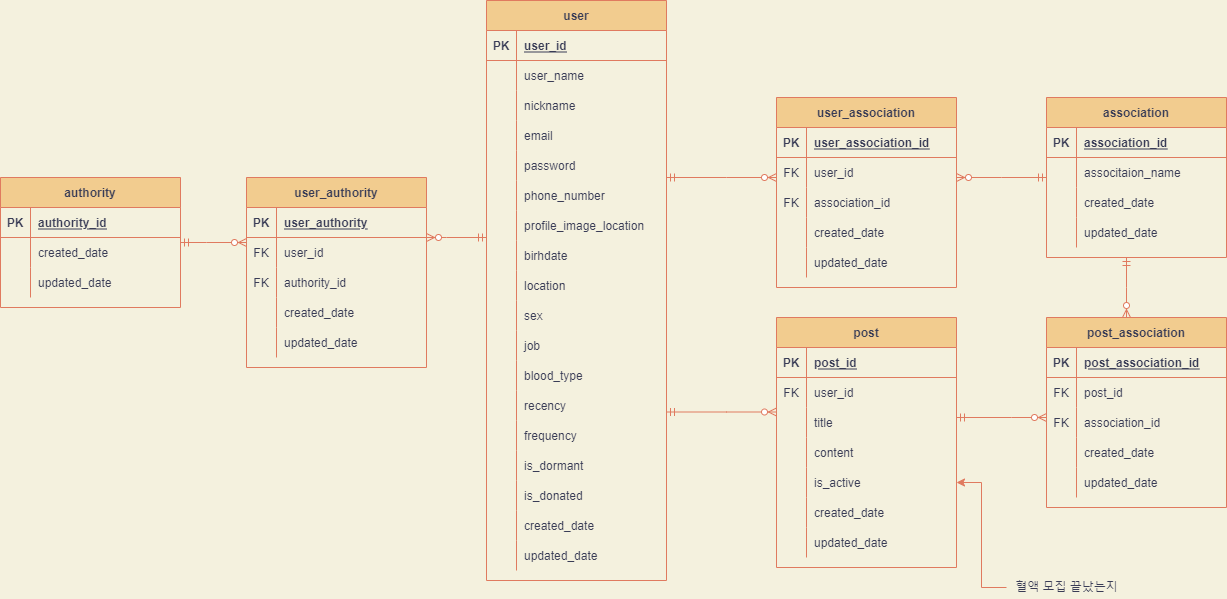
Earlier version of the draw.io export Untitled Diagram.drawio.png (CYC0227/lab). Source tidied: cells renumbered, new cells last; positions are measured from the earlier drawing's top-left corner, leaving out a move shared by most shapes.
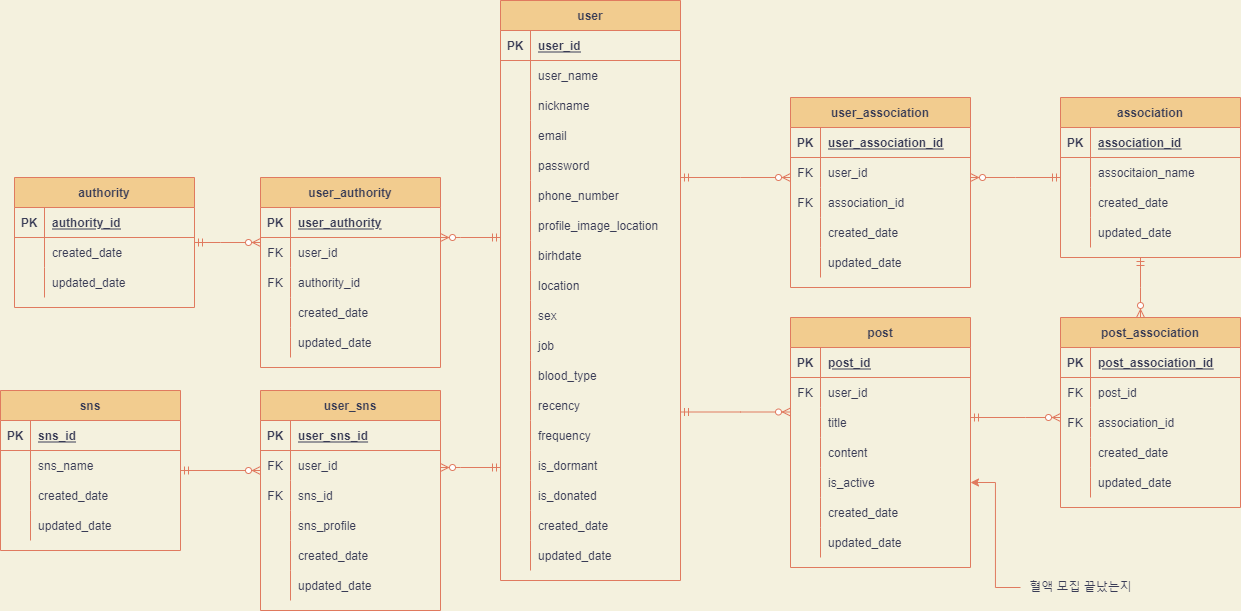
After the commit.

Change to the diagram source:
```diff
@@ -515,5 +515,117 @@
         </Array>
       </mxGeometry>
     </mxCell>
+    <mxCell id="159" value="sns" style="shape=table;startSize=30;rowLines=0;fontStyle=1;align=center;fillColor=#F2CC8F;strokeColor=#E07A5F;fontColor=#393C56;" parent="1" vertex="1">
+      <mxGeometry x="-14" y="390" width="180" height="160" as="geometry" />
+    </mxCell>
+    <mxCell id="160" style="shape=partialRectangle;fillColor=none;top=0;left=0;bottom=1;right=0;strokeColor=#E07A5F;fontColor=#393C56;" parent="159" vertex="1">
+      <mxGeometry y="30" width="180" height="30" as="geometry" />
+    </mxCell>
+    <mxCell id="161" value="PK" style="shape=partialRectangle;fillColor=none;top=0;left=0;bottom=0;right=0;fontStyle=1;overflow=hidden;strokeColor=#E07A5F;fontColor=#393C56;" parent="160" vertex="1">
+      <mxGeometry width="30" height="30" as="geometry" />
+    </mxCell>
+    <mxCell id="162" value="sns_id" style="shape=partialRectangle;fillColor=none;top=0;left=0;bottom=0;right=0;align=left;spacingLeft=6;fontStyle=5;overflow=hidden;strokeColor=#E07A5F;fontColor=#393C56;" parent="160" vertex="1">
+      <mxGeometry x="30" width="150" height="30" as="geometry" />
+    </mxCell>
+    <mxCell id="163" style="shape=partialRectangle;fillColor=none;top=0;left=0;bottom=0;right=0;strokeColor=#E07A5F;fontColor=#393C56;" parent="159" vertex="1">
+      <mxGeometry y="60" width="180" height="30" as="geometry" />
+    </mxCell>
+    <mxCell id="164" style="shape=partialRectangle;fillColor=none;top=0;left=0;bottom=0;right=0;overflow=hidden;strokeColor=#E07A5F;fontColor=#393C56;" parent="163" vertex="1">
+      <mxGeometry width="30" height="30" as="geometry" />
+    </mxCell>
+    <mxCell id="165" value="sns_name" style="shape=partialRectangle;fillColor=none;top=0;left=0;bottom=0;right=0;align=left;spacingLeft=6;overflow=hidden;strokeColor=#E07A5F;fontColor=#393C56;" parent="163" vertex="1">
+      <mxGeometry x="30" width="150" height="30" as="geometry" />
+    </mxCell>
+    <mxCell id="166" style="shape=partialRectangle;fillColor=none;top=0;left=0;bottom=0;right=0;strokeColor=#E07A5F;fontColor=#393C56;" parent="159" vertex="1">
+      <mxGeometry y="90" width="180" height="30" as="geometry" />
+    </mxCell>
+    <mxCell id="167" style="shape=partialRectangle;fillColor=none;top=0;left=0;bottom=0;right=0;overflow=hidden;strokeColor=#E07A5F;fontColor=#393C56;" parent="166" vertex="1">
+      <mxGeometry width="30" height="30" as="geometry" />
+    </mxCell>
+    <mxCell id="168" value="created_date" style="shape=partialRectangle;fillColor=none;top=0;left=0;bottom=0;right=0;align=left;spacingLeft=6;overflow=hidden;strokeColor=#E07A5F;fontColor=#393C56;" parent="166" vertex="1">
+      <mxGeometry x="30" width="150" height="30" as="geometry" />
+    </mxCell>
+    <mxCell id="169" style="shape=partialRectangle;fillColor=none;top=0;left=0;bottom=0;right=0;strokeColor=#E07A5F;fontColor=#393C56;" parent="159" vertex="1">
+      <mxGeometry y="120" width="180" height="30" as="geometry" />
+    </mxCell>
+    <mxCell id="170" style="shape=partialRectangle;fillColor=none;top=0;left=0;bottom=0;right=0;overflow=hidden;strokeColor=#E07A5F;fontColor=#393C56;" parent="169" vertex="1">
+      <mxGeometry width="30" height="30" as="geometry" />
+    </mxCell>
+    <mxCell id="171" value="updated_date" style="shape=partialRectangle;fillColor=none;top=0;left=0;bottom=0;right=0;align=left;spacingLeft=6;overflow=hidden;strokeColor=#E07A5F;fontColor=#393C56;" parent="169" vertex="1">
+      <mxGeometry x="30" width="150" height="30" as="geometry" />
+    </mxCell>
+    <mxCell id="172" value="user_sns" style="shape=table;startSize=30;rowLines=0;fontStyle=1;align=center;fillColor=#F2CC8F;strokeColor=#E07A5F;fontColor=#393C56;" parent="1" vertex="1">
+      <mxGeometry x="246" y="390" width="180" height="220" as="geometry" />
+    </mxCell>
+    <mxCell id="173" style="shape=partialRectangle;fillColor=none;top=0;left=0;bottom=1;right=0;strokeColor=#E07A5F;fontColor=#393C56;" parent="172" vertex="1">
+      <mxGeometry y="30" width="180" height="30" as="geometry" />
+    </mxCell>
+    <mxCell id="174" value="PK" style="shape=partialRectangle;fillColor=none;top=0;left=0;bottom=0;right=0;fontStyle=1;overflow=hidden;strokeColor=#E07A5F;fontColor=#393C56;" parent="173" vertex="1">
+      <mxGeometry width="30" height="30" as="geometry" />
+    </mxCell>
+    <mxCell id="175" value="user_sns_id" style="shape=partialRectangle;fillColor=none;top=0;left=0;bottom=0;right=0;align=left;spacingLeft=6;fontStyle=5;overflow=hidden;strokeColor=#E07A5F;fontColor=#393C56;" parent="173" vertex="1">
+      <mxGeometry x="30" width="150" height="30" as="geometry" />
+    </mxCell>
+    <mxCell id="176" style="shape=partialRectangle;fillColor=none;top=0;left=0;bottom=0;right=0;strokeColor=#E07A5F;fontColor=#393C56;" parent="172" vertex="1">
+      <mxGeometry y="60" width="180" height="30" as="geometry" />
+    </mxCell>
+    <mxCell id="177" value="FK" style="shape=partialRectangle;fillColor=none;top=0;left=0;bottom=0;right=0;overflow=hidden;strokeColor=#E07A5F;fontColor=#393C56;" parent="176" vertex="1">
+      <mxGeometry width="30" height="30" as="geometry" />
+    </mxCell>
+    <mxCell id="178" value="user_id" style="shape=partialRectangle;fillColor=none;top=0;left=0;bottom=0;right=0;align=left;spacingLeft=6;overflow=hidden;strokeColor=#E07A5F;fontColor=#393C56;" parent="176" vertex="1">
+      <mxGeometry x="30" width="150" height="30" as="geometry" />
+    </mxCell>
+    <mxCell id="179" style="shape=partialRectangle;fillColor=none;top=0;left=0;bottom=0;right=0;strokeColor=#E07A5F;fontColor=#393C56;" parent="172" vertex="1">
+      <mxGeometry y="90" width="180" height="30" as="geometry" />
+    </mxCell>
+    <mxCell id="180" value="FK" style="shape=partialRectangle;fillColor=none;top=0;left=0;bottom=0;right=0;overflow=hidden;strokeColor=#E07A5F;fontColor=#393C56;" parent="179" vertex="1">
+      <mxGeometry width="30" height="30" as="geometry" />
+    </mxCell>
+    <mxCell id="181" value="sns_id" style="shape=partialRectangle;fillColor=none;top=0;left=0;bottom=0;right=0;align=left;spacingLeft=6;overflow=hidden;strokeColor=#E07A5F;fontColor=#393C56;" parent="179" vertex="1">
+      <mxGeometry x="30" width="150" height="30" as="geometry" />
+    </mxCell>
+    <mxCell id="182" style="shape=partialRectangle;fillColor=none;top=0;left=0;bottom=0;right=0;strokeColor=#E07A5F;fontColor=#393C56;" parent="172" vertex="1">
+      <mxGeometry y="120" width="180" height="30" as="geometry" />
+    </mxCell>
+    <mxCell id="183" style="shape=partialRectangle;fillColor=none;top=0;left=0;bottom=0;right=0;overflow=hidden;strokeColor=#E07A5F;fontColor=#393C56;" parent="182" vertex="1">
+      <mxGeometry width="30" height="30" as="geometry" />
+    </mxCell>
+    <mxCell id="184" value="sns_profile" style="shape=partialRectangle;fillColor=none;top=0;left=0;bottom=0;right=0;align=left;spacingLeft=6;overflow=hidden;strokeColor=#E07A5F;fontColor=#393C56;" parent="182" vertex="1">
+      <mxGeometry x="30" width="150" height="30" as="geometry" />
+    </mxCell>
+    <mxCell id="185" style="shape=partialRectangle;fillColor=none;top=0;left=0;bottom=0;right=0;strokeColor=#E07A5F;fontColor=#393C56;" parent="172" vertex="1">
+      <mxGeometry y="150" width="180" height="30" as="geometry" />
+    </mxCell>
+    <mxCell id="186" style="shape=partialRectangle;fillColor=none;top=0;left=0;bottom=0;right=0;overflow=hidden;strokeColor=#E07A5F;fontColor=#393C56;" parent="185" vertex="1">
+      <mxGeometry width="30" height="30" as="geometry" />
+    </mxCell>
+    <mxCell id="187" value="created_date" style="shape=partialRectangle;fillColor=none;top=0;left=0;bottom=0;right=0;align=left;spacingLeft=6;overflow=hidden;strokeColor=#E07A5F;fontColor=#393C56;" parent="185" vertex="1">
+      <mxGeometry x="30" width="150" height="30" as="geometry" />
+    </mxCell>
+    <mxCell id="188" style="shape=partialRectangle;fillColor=none;top=0;left=0;bottom=0;right=0;strokeColor=#E07A5F;fontColor=#393C56;" parent="172" vertex="1">
+      <mxGeometry y="180" width="180" height="30" as="geometry" />
+    </mxCell>
+    <mxCell id="189" style="shape=partialRectangle;fillColor=none;top=0;left=0;bottom=0;right=0;overflow=hidden;strokeColor=#E07A5F;fontColor=#393C56;" parent="188" vertex="1">
+      <mxGeometry width="30" height="30" as="geometry" />
+    </mxCell>
+    <mxCell id="190" value="updated_date" style="shape=partialRectangle;fillColor=none;top=0;left=0;bottom=0;right=0;align=left;spacingLeft=6;overflow=hidden;strokeColor=#E07A5F;fontColor=#393C56;" parent="188" vertex="1">
+      <mxGeometry x="30" width="150" height="30" as="geometry" />
+    </mxCell>
+    <mxCell id="191" style="fontSize=12;html=1;endArrow=ERzeroToMany;startArrow=ERmandOne;rounded=0;edgeStyle=elbowEdgeStyle;strokeColor=#E07A5F;fontColor=#393C56;labelBackgroundColor=#F4F1DE;" parent="1" edge="1" source="159" target="172">
+      <mxGeometry relative="1" as="geometry">
+        <Array as="points">
+          <mxPoint x="246" y="477" />
+          <mxPoint x="226" y="492" />
+        </Array>
+      </mxGeometry>
+    </mxCell>
+    <mxCell id="192" style="fontSize=12;html=1;endArrow=ERzeroToMany;startArrow=ERmandOne;rounded=0;edgeStyle=elbowEdgeStyle;strokeColor=#E07A5F;fontColor=#393C56;labelBackgroundColor=#F4F1DE;" parent="1" edge="1" source="2" target="172">
+      <mxGeometry relative="1" as="geometry">
+        <Array as="points">
+          <mxPoint x="446" y="467" />
+          <mxPoint x="456" y="642" />
+        </Array>
+      </mxGeometry>
+    </mxCell>
   </root>
 </mxGraphModel>
```
